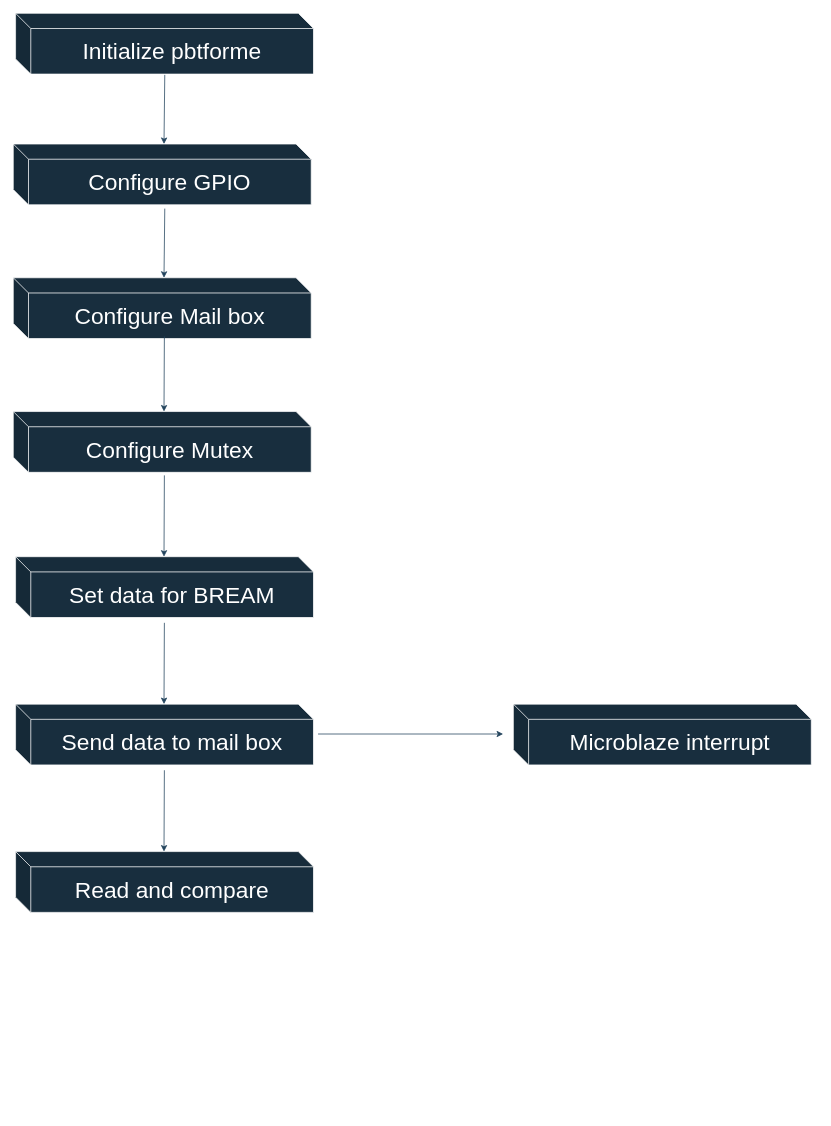
Before: Main_zynq.drawio in 666creeping666death/C-code, a draw.io diagram. Source tidied: cells renumbered, new cells numbered last; positions are measured from the earlier drawing's top-left corner, leaving out a move shared by most shapes. Both pictures are drawn from the tidied source at 76%, with x=0, y=0 at pixel (13, 13).
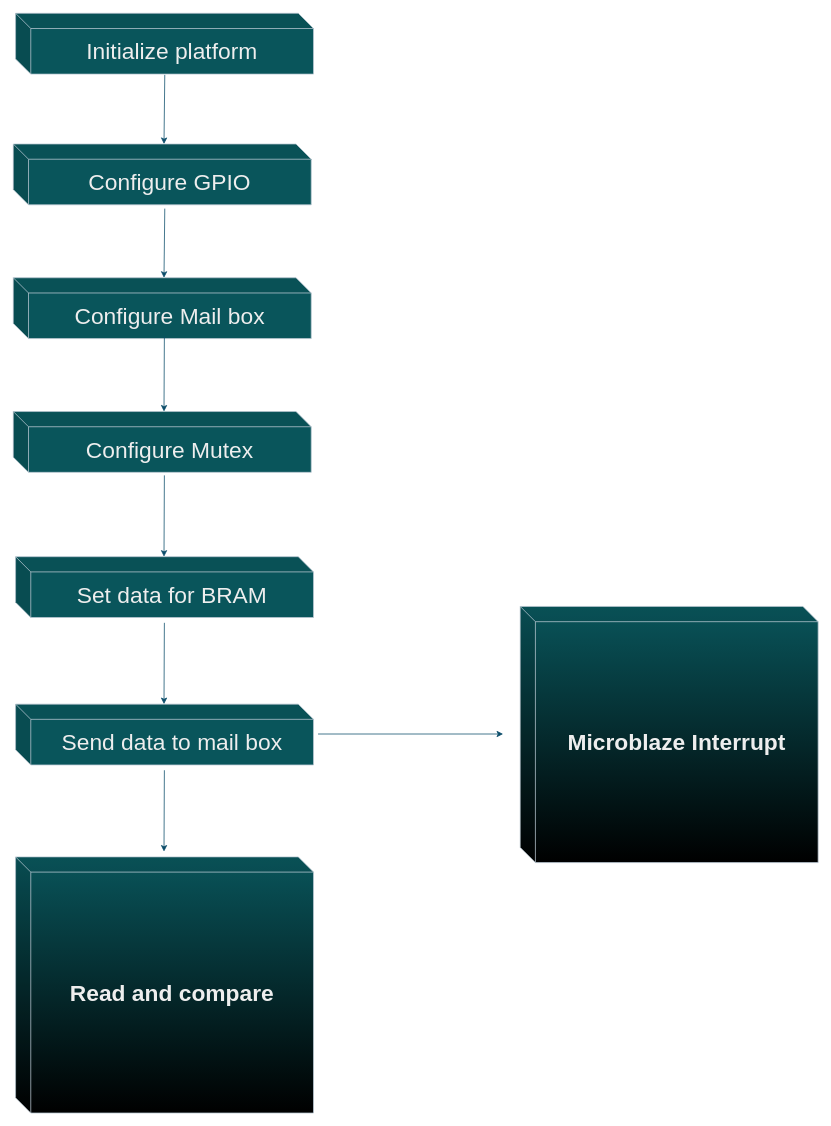
The same page after the edit.

Change to the diagram source:
```diff
@@
-    <mxCell id="2" value="&lt;font style=&quot;font-size: 30px;&quot;&gt;Initialize pbtforme&lt;br&gt;&lt;/font&gt;" style="shape=cube;whiteSpace=wrap;html=1;boundedLbl=1;backgroundOutline=1;darkOpacity=0.05;darkOpacity2=0.1;fillStyle=auto;flipV=0;flipH=0;labelBackgroundColor=none;fillColor=#182E3E;strokeColor=#FFFFFF;fontColor=#FFFFFF;" parent="1" vertex="1">
+    <mxCell id="2" value="&lt;font style=&quot;font-size: 30px;&quot;&gt;Initialize platform&lt;/font&gt;" style="shape=cube;whiteSpace=wrap;html=1;boundedLbl=1;backgroundOutline=1;darkOpacity=0.05;darkOpacity2=0.1;fillStyle=auto;flipV=0;flipH=0;labelBackgroundColor=none;fillColor=#09555B;strokeColor=#BAC8D3;fontColor=#EEEEEE;" parent="1" vertex="1">
       <mxGeometry x="3" width="392" height="80" as="geometry" />
     </mxCell>
-    <mxCell id="3" value="&lt;font style=&quot;font-size: 30px;&quot;&gt;Configure GPIO&lt;br&gt;&lt;/font&gt;" style="shape=cube;whiteSpace=wrap;html=1;boundedLbl=1;backgroundOutline=1;darkOpacity=0.05;darkOpacity2=0.1;fillStyle=auto;flipV=0;flipH=0;labelBackgroundColor=none;fillColor=#182E3E;strokeColor=#FFFFFF;fontColor=#FFFFFF;" parent="1" vertex="1">
+    <mxCell id="3" value="&lt;font style=&quot;font-size: 30px;&quot;&gt;Configure GPIO&lt;br&gt;&lt;/font&gt;" style="shape=cube;whiteSpace=wrap;html=1;boundedLbl=1;backgroundOutline=1;darkOpacity=0.05;darkOpacity2=0.1;fillStyle=auto;flipV=0;flipH=0;labelBackgroundColor=none;fillColor=#09555B;strokeColor=#BAC8D3;fontColor=#EEEEEE;" parent="1" vertex="1">
       <mxGeometry y="172" width="392" height="80" as="geometry" />
     </mxCell>
-    <mxCell id="4" value="&lt;font style=&quot;font-size: 30px;&quot;&gt;Microblaze interrupt&lt;br&gt;&lt;/font&gt;" style="shape=cube;whiteSpace=wrap;html=1;boundedLbl=1;backgroundOutline=1;darkOpacity=0.05;darkOpacity2=0.1;fillStyle=auto;labelBackgroundColor=none;fillColor=#182E3E;strokeColor=#FFFFFF;fontColor=#FFFFFF;" parent="1" vertex="1">
-      <mxGeometry x="658" y="909" width="392" height="80" as="geometry" />
-    </mxCell>
-    <mxCell id="5" value="&lt;font style=&quot;font-size: 30px;&quot;&gt;Read and compare&lt;br&gt;&lt;/font&gt;" style="shape=cube;whiteSpace=wrap;html=1;boundedLbl=1;backgroundOutline=1;darkOpacity=0.05;darkOpacity2=0.1;fillStyle=auto;flipV=0;flipH=0;labelBackgroundColor=none;fillColor=#182E3E;strokeColor=#FFFFFF;fontColor=#FFFFFF;" parent="1" vertex="1">
-      <mxGeometry x="3" y="1103" width="392" height="80" as="geometry" />
-    </mxCell>
-    <mxCell id="6" value="&lt;font style=&quot;font-size: 30px;&quot;&gt;Configure Mail box&lt;br&gt;&lt;/font&gt;" style="shape=cube;whiteSpace=wrap;html=1;boundedLbl=1;backgroundOutline=1;darkOpacity=0.05;darkOpacity2=0.1;fillStyle=auto;flipV=0;flipH=0;labelBackgroundColor=none;fillColor=#182E3E;strokeColor=#FFFFFF;fontColor=#FFFFFF;" parent="1" vertex="1">
+    <mxCell id="6" value="&lt;font style=&quot;font-size: 30px;&quot;&gt;Configure Mail box&lt;br&gt;&lt;/font&gt;" style="shape=cube;whiteSpace=wrap;html=1;boundedLbl=1;backgroundOutline=1;darkOpacity=0.05;darkOpacity2=0.1;fillStyle=auto;flipV=0;flipH=0;labelBackgroundColor=none;fillColor=#09555B;strokeColor=#BAC8D3;fontColor=#EEEEEE;" parent="1" vertex="1">
       <mxGeometry y="348" width="392" height="80" as="geometry" />
     </mxCell>
-    <mxCell id="7" value="&lt;font style=&quot;font-size: 30px;&quot;&gt;Configure Mutex&lt;br&gt;&lt;/font&gt;" style="shape=cube;whiteSpace=wrap;html=1;boundedLbl=1;backgroundOutline=1;darkOpacity=0.05;darkOpacity2=0.1;fillStyle=auto;flipV=0;flipH=0;labelBackgroundColor=none;fillColor=#182E3E;strokeColor=#FFFFFF;fontColor=#FFFFFF;" parent="1" vertex="1">
+    <mxCell id="7" value="&lt;font style=&quot;font-size: 30px;&quot;&gt;Configure Mutex&lt;br&gt;&lt;/font&gt;" style="shape=cube;whiteSpace=wrap;html=1;boundedLbl=1;backgroundOutline=1;darkOpacity=0.05;darkOpacity2=0.1;fillStyle=auto;flipV=0;flipH=0;labelBackgroundColor=none;fillColor=#09555B;strokeColor=#BAC8D3;fontColor=#EEEEEE;" parent="1" vertex="1">
       <mxGeometry y="524" width="392" height="80" as="geometry" />
     </mxCell>
-    <mxCell id="8" value="&lt;font style=&quot;font-size: 30px;&quot;&gt;Set data for BREAM&lt;br&gt;&lt;/font&gt;" style="shape=cube;whiteSpace=wrap;html=1;boundedLbl=1;backgroundOutline=1;darkOpacity=0.05;darkOpacity2=0.1;fillStyle=auto;flipV=0;flipH=0;labelBackgroundColor=none;fillColor=#182E3E;strokeColor=#FFFFFF;fontColor=#FFFFFF;" parent="1" vertex="1">
+    <mxCell id="8" value="&lt;font style=&quot;font-size: 30px;&quot;&gt;Set data for BRAM&lt;/font&gt;" style="shape=cube;whiteSpace=wrap;html=1;boundedLbl=1;backgroundOutline=1;darkOpacity=0.05;darkOpacity2=0.1;fillStyle=auto;flipV=0;flipH=0;labelBackgroundColor=none;fillColor=#09555B;strokeColor=#BAC8D3;fontColor=#EEEEEE;" parent="1" vertex="1">
       <mxGeometry x="3" y="715" width="392" height="80" as="geometry" />
     </mxCell>
-    <mxCell id="9" value="&lt;font style=&quot;font-size: 30px;&quot;&gt;Send data to mail box&lt;br&gt;&lt;/font&gt;" style="shape=cube;whiteSpace=wrap;html=1;boundedLbl=1;backgroundOutline=1;darkOpacity=0.05;darkOpacity2=0.1;fillStyle=auto;flipV=0;flipH=0;labelBackgroundColor=none;fillColor=#182E3E;strokeColor=#FFFFFF;fontColor=#FFFFFF;" parent="1" vertex="1">
+    <mxCell id="9" value="&lt;font style=&quot;font-size: 30px;&quot;&gt;Send data to mail box&lt;br&gt;&lt;/font&gt;" style="shape=cube;whiteSpace=wrap;html=1;boundedLbl=1;backgroundOutline=1;darkOpacity=0.05;darkOpacity2=0.1;fillStyle=auto;flipV=0;flipH=0;labelBackgroundColor=none;fillColor=#09555B;strokeColor=#BAC8D3;fontColor=#EEEEEE;" parent="1" vertex="1">
       <mxGeometry x="3" y="909" width="392" height="80" as="geometry" />
     </mxCell>
-    <mxCell id="10" style="endArrow=classic;html=1;rounded=0;strokeColor=#23445D;exitX=0;exitY=0;exitDx=206;exitDy=80;exitPerimeter=0;" parent="1" edge="1">
+    <mxCell id="10" style="endArrow=classic;html=1;rounded=0;strokeColor=#0B4D6A;exitX=0;exitY=0;exitDx=206;exitDy=80;exitPerimeter=0;labelBackgroundColor=none;fontColor=default;" parent="1" edge="1">
       <mxGeometry relative="1" as="geometry">
         <mxPoint x="199.3" y="257" as="sourcePoint" />
         <mxPoint x="198.3" y="348" as="targetPoint" />
       </mxGeometry>
     </mxCell>
-    <mxCell id="11" style="endArrow=classic;html=1;rounded=0;strokeColor=#23445D;exitX=0;exitY=0;exitDx=206;exitDy=80;exitPerimeter=0;" parent="1" edge="1">
+    <mxCell id="11" style="endArrow=classic;html=1;rounded=0;strokeColor=#0B4D6A;exitX=0;exitY=0;exitDx=206;exitDy=80;exitPerimeter=0;labelBackgroundColor=none;fontColor=default;" parent="1" edge="1">
       <mxGeometry relative="1" as="geometry">
         <mxPoint x="198.8" y="425" as="sourcePoint" />
         <mxPoint x="198.3" y="524" as="targetPoint" />
       </mxGeometry>
     </mxCell>
-    <mxCell id="12" style="endArrow=classic;html=1;rounded=0;strokeColor=#23445D;exitX=0;exitY=0;exitDx=206;exitDy=80;exitPerimeter=0;" parent="1" edge="1">
+    <mxCell id="12" style="endArrow=classic;html=1;rounded=0;strokeColor=#0B4D6A;exitX=0;exitY=0;exitDx=206;exitDy=80;exitPerimeter=0;labelBackgroundColor=none;fontColor=default;" parent="1" edge="1">
       <mxGeometry relative="1" as="geometry">
         <mxPoint x="198.8" y="608" as="sourcePoint" />
         <mxPoint x="198.3" y="715" as="targetPoint" />
       </mxGeometry>
     </mxCell>
-    <mxCell id="13" style="endArrow=classic;html=1;rounded=0;strokeColor=#23445D;exitX=0;exitY=0;exitDx=206;exitDy=80;exitPerimeter=0;" parent="1" edge="1">
+    <mxCell id="13" style="endArrow=classic;html=1;rounded=0;strokeColor=#0B4D6A;exitX=0;exitY=0;exitDx=206;exitDy=80;exitPerimeter=0;labelBackgroundColor=none;fontColor=default;" parent="1" edge="1">
       <mxGeometry relative="1" as="geometry">
         <mxPoint x="199.3" y="81" as="sourcePoint" />
         <mxPoint x="198.3" y="172" as="targetPoint" />
       </mxGeometry>
     </mxCell>
-    <mxCell id="14" style="endArrow=classic;html=1;rounded=0;strokeColor=#23445D;exitX=0;exitY=0;exitDx=206;exitDy=80;exitPerimeter=0;" parent="1" edge="1">
+    <mxCell id="14" style="endArrow=classic;html=1;rounded=0;strokeColor=#0B4D6A;exitX=0;exitY=0;exitDx=206;exitDy=80;exitPerimeter=0;labelBackgroundColor=none;fontColor=default;" parent="1" edge="1">
       <mxGeometry relative="1" as="geometry">
         <mxPoint x="198.8" y="996" as="sourcePoint" />
         <mxPoint x="198.3" y="1103" as="targetPoint" />
       </mxGeometry>
     </mxCell>
-    <mxCell id="15" style="endArrow=classic;html=1;rounded=0;strokeColor=#23445D;exitX=0;exitY=0;exitDx=206;exitDy=80;exitPerimeter=0;" parent="1" edge="1">
+    <mxCell id="15" style="endArrow=classic;html=1;rounded=0;strokeColor=#0B4D6A;exitX=0;exitY=0;exitDx=206;exitDy=80;exitPerimeter=0;labelBackgroundColor=none;fontColor=default;" parent="1" edge="1">
       <mxGeometry relative="1" as="geometry">
         <mxPoint x="401" y="948.3" as="sourcePoint" />
         <mxPoint x="644.5" y="948.3" as="targetPoint" />
       </mxGeometry>
     </mxCell>
-    <mxCell id="16" style="endArrow=classic;html=1;rounded=0;strokeColor=#23445D;exitX=0;exitY=0;exitDx=206;exitDy=80;exitPerimeter=0;" parent="1" edge="1">
+    <mxCell id="16" style="endArrow=classic;html=1;rounded=0;strokeColor=#0B4D6A;exitX=0;exitY=0;exitDx=206;exitDy=80;exitPerimeter=0;labelBackgroundColor=none;fontColor=default;" parent="1" edge="1">
       <mxGeometry relative="1" as="geometry">
         <mxPoint x="198.8" y="802" as="sourcePoint" />
         <mxPoint x="198.3" y="909" as="targetPoint" />
       </mxGeometry>
     </mxCell>
+    <mxCell id="5" value="&lt;b&gt;&lt;font style=&quot;font-size: 30px;&quot;&gt;Read and compare&lt;br&gt;&lt;/font&gt;&lt;/b&gt;" style="shape=cube;whiteSpace=wrap;html=1;boundedLbl=1;backgroundOutline=1;darkOpacity=0.05;darkOpacity2=0.1;fillStyle=auto;flipV=0;flipH=0;labelBackgroundColor=none;fillColor=#09555B;strokeColor=#BAC8D3;fontColor=#EEEEEE;gradientColor=default;" parent="1" vertex="1">
+      <mxGeometry x="3" y="1110" width="392" height="337" as="geometry" />
+    </mxCell>
+    <mxCell id="17" value="&lt;b&gt;&lt;font style=&quot;font-size: 30px;&quot;&gt;Microblaze Interrupt&lt;br&gt;&lt;/font&gt;&lt;/b&gt;" style="shape=cube;whiteSpace=wrap;html=1;boundedLbl=1;backgroundOutline=1;darkOpacity=0.05;darkOpacity2=0.1;fillStyle=auto;flipV=0;flipH=0;labelBackgroundColor=none;fillColor=#09555B;strokeColor=#BAC8D3;fontColor=#EEEEEE;gradientColor=default;" parent="1" vertex="1">
+      <mxGeometry x="667" y="780.5" width="392" height="337" as="geometry" />
+    </mxCell>
```
